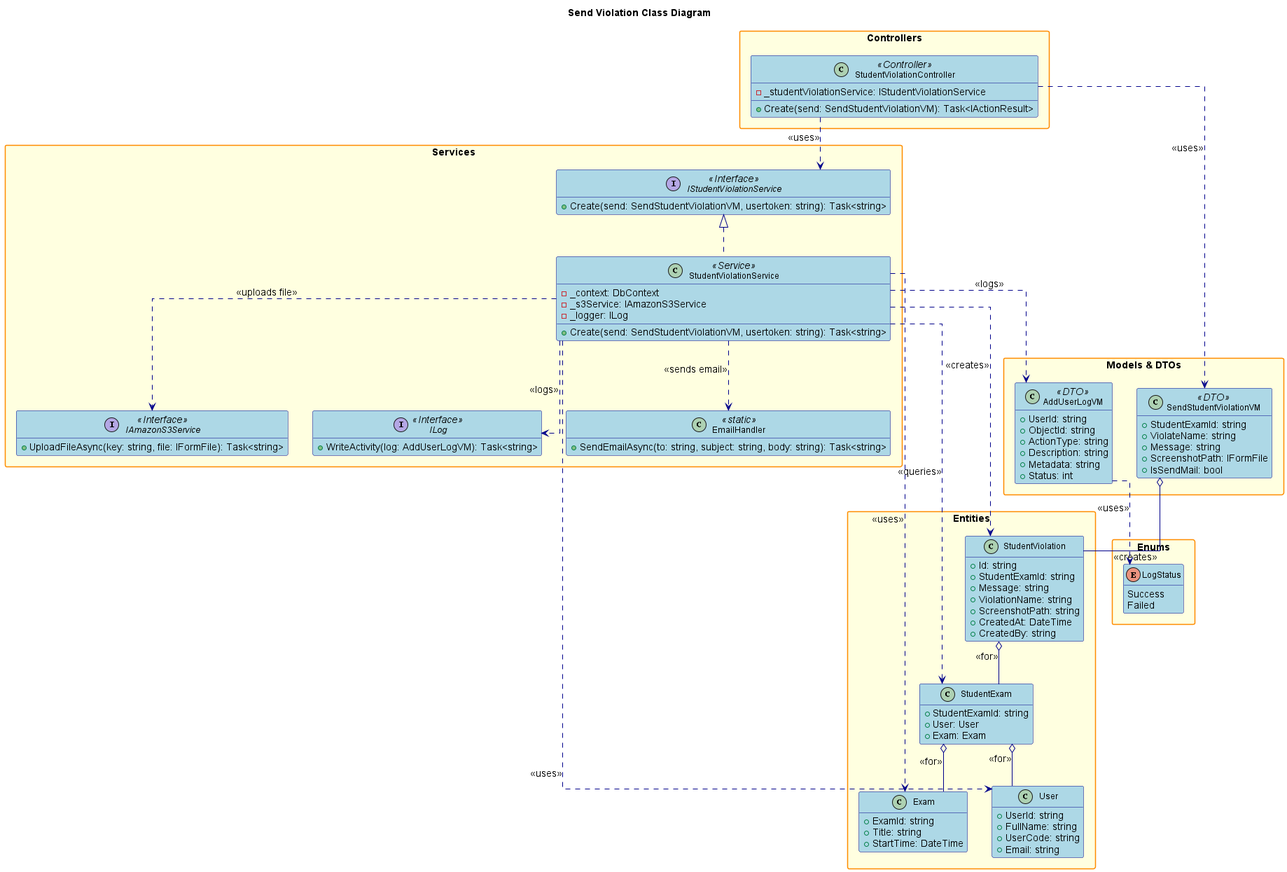
conghoan1211/AI-Kiosk-Testing-system keeps this PlantUML diagram as design/out/sendviolation/sendviolation.png. Above is the earlier version.
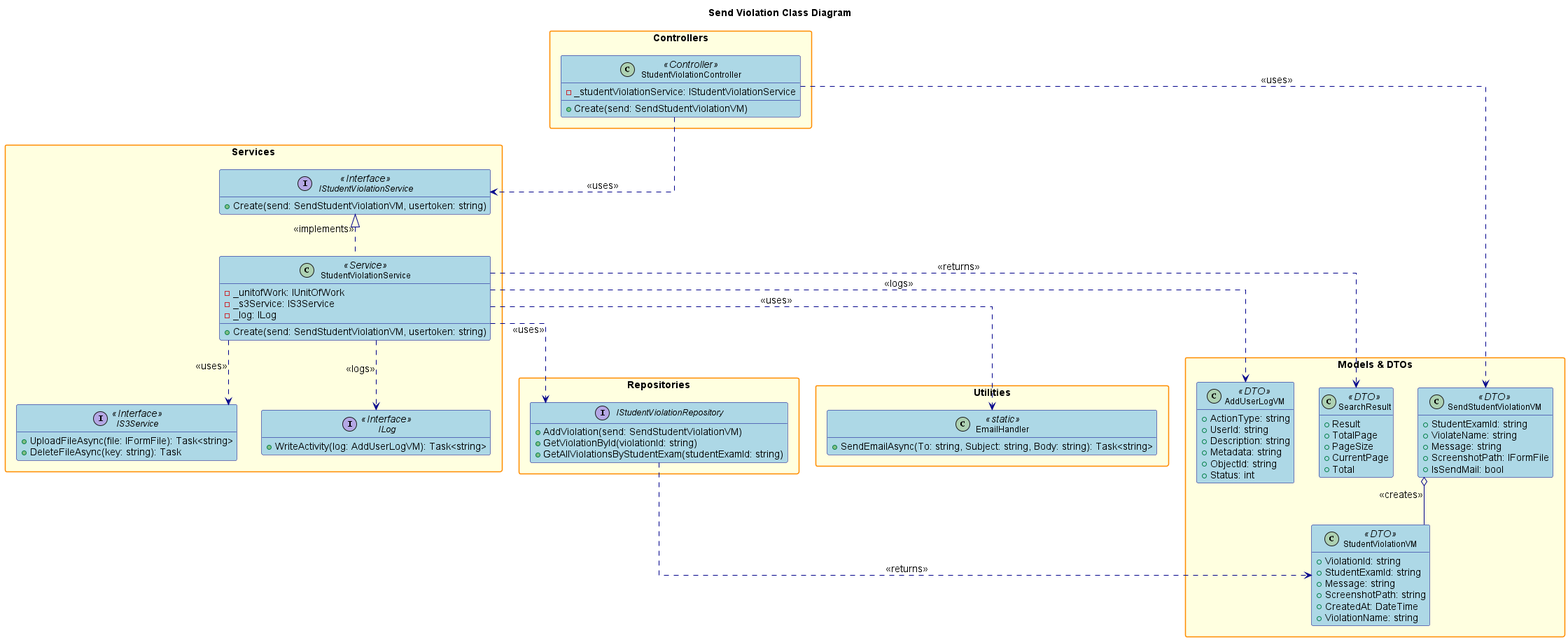
After the change.

The edit, as a diff of the source:
```diff
@@ -25,44 +25,45 @@
     FontSize 14
     FontStyle bold
 }
-
 skinparam interface {
     BackgroundColor LightGreen
     BorderColor DarkGreen
     FontSize 12
 }
 
-skinparam enum {
-    BackgroundColor LightCyan
-    BorderColor DarkCyan
-    FontSize 12
-}
+title Send Violation Class Diagram
 
 package "Controllers" {
     class StudentViolationController <<Controller>> {
         - _studentViolationService: IStudentViolationService
-        + Create(send: SendStudentViolationVM): Task<IActionResult>
+        + Create(send: SendStudentViolationVM)
     }
 }
 
 package "Services" {
     interface IStudentViolationService <<Interface>> {
-        + Create(send: SendStudentViolationVM, usertoken: string): Task<string>
+        + Create(send: SendStudentViolationVM, usertoken: string)
     }
     class StudentViolationService <<Service>> {
-        - _context: DbContext
-        - _s3Service: IAmazonS3Service
-        - _logger: ILog
-        + Create(send: SendStudentViolationVM, usertoken: string): Task<string>
+        - _unitofWork: IUnitOfWork
+        - _s3Service: IS3Service
+        - _log: ILog
+        + Create(send: SendStudentViolationVM, usertoken: string)
     }
-    interface IAmazonS3Service <<Interface>> {
-        + UploadFileAsync(key: string, file: IFormFile): Task<string>
+    interface IS3Service <<Interface>> {
+        + UploadFileAsync(file: IFormFile): Task<string>
+        + DeleteFileAsync(key: string): Task
     }
     interface ILog <<Interface>> {
         + WriteActivity(log: AddUserLogVM): Task<string>
     }
-    class EmailHandler <<static>> {
-        + SendEmailAsync(to: string, subject: string, body: string): Task<string>
+}
+
+package "Repositories" {
+    interface IStudentViolationRepository {
+        + AddViolation(send: SendStudentViolationVM)
+        + GetViolationById(violationId: string)
+        + GetAllViolationsByStudentExam(studentExamId: string)
     }
 }
 
@@ -74,66 +75,47 @@
         + ScreenshotPath: IFormFile
         + IsSendMail: bool
     }
+    class SearchResult <<DTO>> {
+        + Result
+        + TotalPage
+        + PageSize
+        + CurrentPage
+        + Total
+    }
+    class StudentViolationVM <<DTO>> {
+        + ViolationId: string
+        + StudentExamId: string
+        + Message: string
+        + ScreenshotPath: string
+        + CreatedAt: DateTime
+        + ViolationName: string
+    }
     class AddUserLogVM <<DTO>> {
+        + ActionType: string
         + UserId: string
-        + ObjectId: string
-        + ActionType: string
         + Description: string
         + Metadata: string
+        + ObjectId: string
         + Status: int
     }
 }
 
-package "Entities" {
-    class StudentViolation {
-        + Id: string
-        + StudentExamId: string
-        + Message: string
-        + ViolationName: string
-        + ScreenshotPath: string
-        + CreatedAt: DateTime
-        + CreatedBy: string
-    }
-    class StudentExam {
-        + StudentExamId: string
-        + User: User
-        + Exam: Exam
-    }
-    class User {
-        + UserId: string
-        + FullName: string
-        + UserCode: string
-        + Email: string
-    }
-    class Exam {
-        + ExamId: string
-        + Title: string
-        + StartTime: DateTime
-    }
-}
-
-package "Enums" {
-    enum LogStatus {
-        Success
-        Failed
+package "Utilities" {
+    class EmailHandler <<static>> {
+        + SendEmailAsync(To: string, Subject: string, Body: string): Task<string>
     }
 }
 
 StudentViolationController ..> IStudentViolationService : <<uses>>
 StudentViolationController ..> SendStudentViolationVM : <<uses>>
-IStudentViolationService <|.. StudentViolationService
-StudentViolationService ..> StudentViolation : <<creates>>
-StudentViolationService ..> StudentExam : <<queries>>
-StudentViolationService ..> User : <<uses>>
-StudentViolationService ..> Exam : <<uses>>
-StudentViolationService ..> IAmazonS3Service : <<uploads file>>
+IStudentViolationService <|.. StudentViolationService : <<implements>>
+StudentViolationService ..> IStudentViolationRepository : <<uses>>
+StudentViolationService ..> EmailHandler : <<uses>>
+StudentViolationService ..> IS3Service : <<uses>>
 StudentViolationService ..> ILog : <<logs>>
+StudentViolationService ..> SearchResult : <<returns>>
 StudentViolationService ..> AddUserLogVM : <<logs>>
-StudentViolationService ..> EmailHandler : <<sends email>>
-SendStudentViolationVM o-- StudentViolation : <<creates>>
-StudentViolation o-- StudentExam : <<for>>
-StudentExam o-- User : <<for>>
-StudentExam o-- Exam : <<for>>
-AddUserLogVM ..> LogStatus : <<uses>>
+IStudentViolationRepository ..> StudentViolationVM : <<returns>>
+SendStudentViolationVM o-- StudentViolationVM : <<creates>>
 
 @enduml
```
